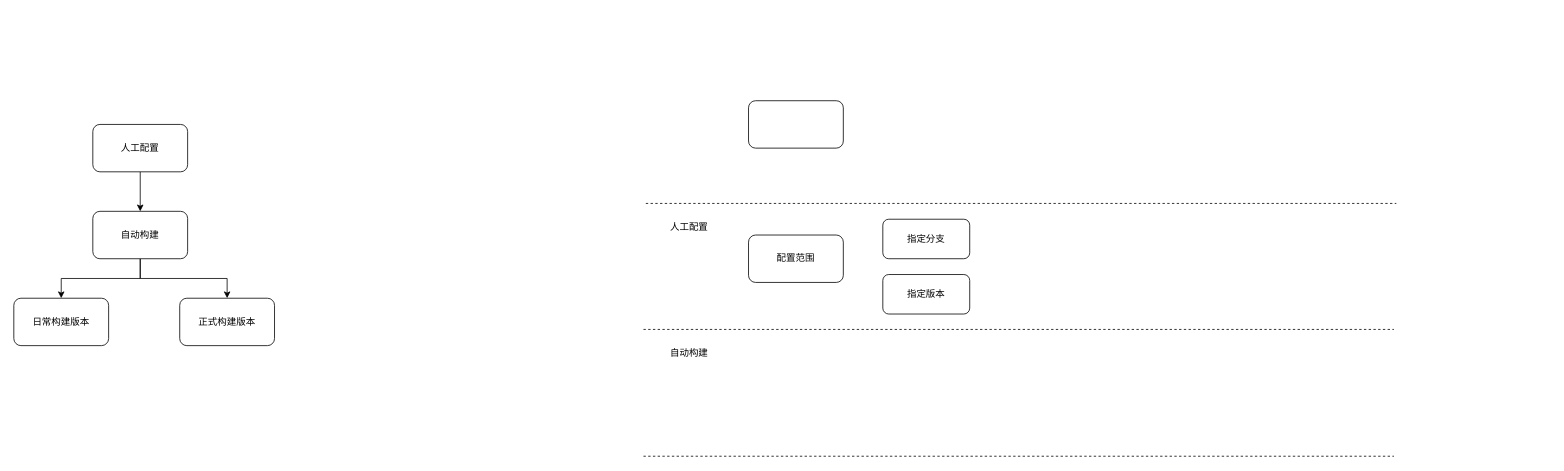
walkwall/drawing keeps this draw.io diagram as 自动构建流程示意图.drawio. Above is the earlier version. Source tidied: cells renumbered, new cells numbered last; positions are measured from the earlier drawing's top-left corner, leaving out a move shared by most shapes. Both pictures are drawn from the tidied source at 79%, with x=0, y=0 at pixel (13, 100).
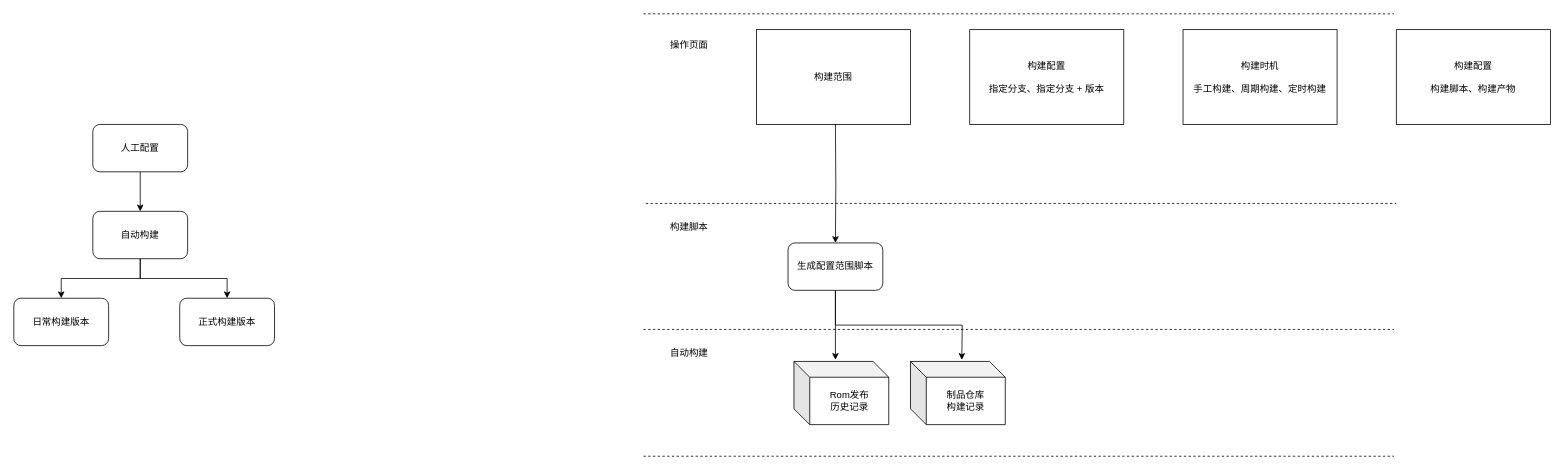
After the change.

Commit message:
Update 自动构建流程示意图.drawio

Diff of the diagram source:
```diff
@@
+    <mxCell id="18" value="构建范围" style="rounded=0;whiteSpace=wrap;html=1;" parent="1" vertex="1">
+      <mxGeometry x="940" y="-90" width="195" height="120" as="geometry" />
+    </mxCell>
@@
-    <mxCell id="10" value="人工配置" style="text;html=1;strokeColor=none;fillColor=none;align=center;verticalAlign=middle;whiteSpace=wrap;rounded=0;" parent="1" vertex="1">
+    <mxCell id="10" value="构建脚本" style="text;html=1;strokeColor=none;fillColor=none;align=center;verticalAlign=middle;whiteSpace=wrap;rounded=0;" parent="1" vertex="1">
       <mxGeometry x="830" y="150" width="50" height="20" as="geometry" />
     </mxCell>
@@
-    <mxCell id="14" value="指定版本" style="rounded=1;whiteSpace=wrap;html=1;" parent="1" vertex="1">
-      <mxGeometry x="1100" y="220" width="110" height="50" as="geometry" />
-    </mxCell>
-    <mxCell id="15" value="指定分支" style="rounded=1;whiteSpace=wrap;html=1;" parent="1" vertex="1">
-      <mxGeometry x="1100" y="150" width="110" height="50" as="geometry" />
-    </mxCell>
-    <mxCell id="16" value="配置范围" style="rounded=1;whiteSpace=wrap;html=1;" parent="1" vertex="1">
-      <mxGeometry x="930" y="170" width="120" height="60" as="geometry" />
-    </mxCell>
-    <mxCell id="17" style="rounded=1;whiteSpace=wrap;html=1;" parent="1" vertex="1">
-      <mxGeometry x="930" width="120" height="60" as="geometry" />
-    </mxCell>
+    <mxCell id="19" style="endArrow=none;dashed=1;html=1;" parent="1" edge="1">
+      <mxGeometry relative="1" as="geometry">
+        <mxPoint x="797" y="-110" as="sourcePoint" />
+        <mxPoint x="1747" y="-110" as="targetPoint" />
+      </mxGeometry>
+    </mxCell>
+    <mxCell id="20" value="操作页面" style="text;html=1;strokeColor=none;fillColor=none;align=center;verticalAlign=middle;whiteSpace=wrap;rounded=0;" parent="1" vertex="1">
+      <mxGeometry x="830" y="-80" width="50" height="20" as="geometry" />
+    </mxCell>
+    <mxCell id="21" value="&lt;span style=&quot;white-space: normal&quot;&gt;构建时机&lt;/span&gt;&lt;br style=&quot;white-space: normal&quot;&gt;&lt;br style=&quot;white-space: normal&quot;&gt;&lt;span style=&quot;white-space: normal&quot;&gt;手工构建、周期构建、定时构建&lt;/span&gt;" style="rounded=0;whiteSpace=wrap;html=1;" parent="1" vertex="1">
+      <mxGeometry x="1480" y="-90" width="195" height="120" as="geometry" />
+    </mxCell>
+    <mxCell id="22" style="edgeStyle=orthogonalEdgeStyle;rounded=0;jettySize=auto;html=1;exitX=0.5;exitY=1;exitDx=0;exitDy=0;" parent="1" edge="1" source="23">
+      <mxGeometry relative="1" as="geometry">
+        <mxPoint x="1200" y="328" as="targetPoint" />
+      </mxGeometry>
+    </mxCell>
+    <mxCell id="23" value="生成配置范围脚本" style="rounded=1;whiteSpace=wrap;html=1;" parent="1" vertex="1">
+      <mxGeometry x="980" y="180" width="120" height="60" as="geometry" />
+    </mxCell>
+    <mxCell id="24" value="Rom发布&lt;br&gt;历史记录" style="shape=cube;whiteSpace=wrap;html=1;boundedLbl=1;backgroundOutline=1;darkOpacity=0.05;darkOpacity2=0.1;" parent="1" vertex="1">
+      <mxGeometry x="987.5" y="330" width="120" height="80" as="geometry" />
+    </mxCell>
+    <mxCell id="25" style="edgeStyle=orthogonalEdgeStyle;rounded=0;jettySize=auto;html=1;" parent="1" edge="1" target="23">
+      <mxGeometry relative="1" as="geometry">
+        <mxPoint x="1040" y="30" as="sourcePoint" />
+      </mxGeometry>
+    </mxCell>
+    <mxCell id="26" value="构建配置&lt;br&gt;&lt;br&gt;指定分支、指定分支 + 版本" style="rounded=0;whiteSpace=wrap;html=1;" parent="1" vertex="1">
+      <mxGeometry x="1210" y="-90" width="195" height="120" as="geometry" />
+    </mxCell>
+    <mxCell id="27" value="构建配置&lt;br&gt;&lt;br&gt;构建脚本、构建产物" style="rounded=0;whiteSpace=wrap;html=1;" parent="1" vertex="1">
+      <mxGeometry x="1750" y="-90" width="195" height="120" as="geometry" />
+    </mxCell>
+    <mxCell id="28" value="制品仓库&lt;br&gt;构建记录" style="shape=cube;whiteSpace=wrap;html=1;boundedLbl=1;backgroundOutline=1;darkOpacity=0.05;darkOpacity2=0.1;" parent="1" vertex="1">
+      <mxGeometry x="1135" y="330" width="120" height="80" as="geometry" />
+    </mxCell>
+    <mxCell id="29" style="edgeStyle=orthogonalEdgeStyle;rounded=0;jettySize=auto;html=1;exitX=0.5;exitY=1;exitDx=0;exitDy=0;" parent="1" edge="1" source="23">
+      <mxGeometry relative="1" as="geometry">
+        <mxPoint x="1040" y="328" as="targetPoint" />
+        <Array as="points">
+          <mxPoint x="1040" y="328" />
+        </Array>
+      </mxGeometry>
+    </mxCell>
```
